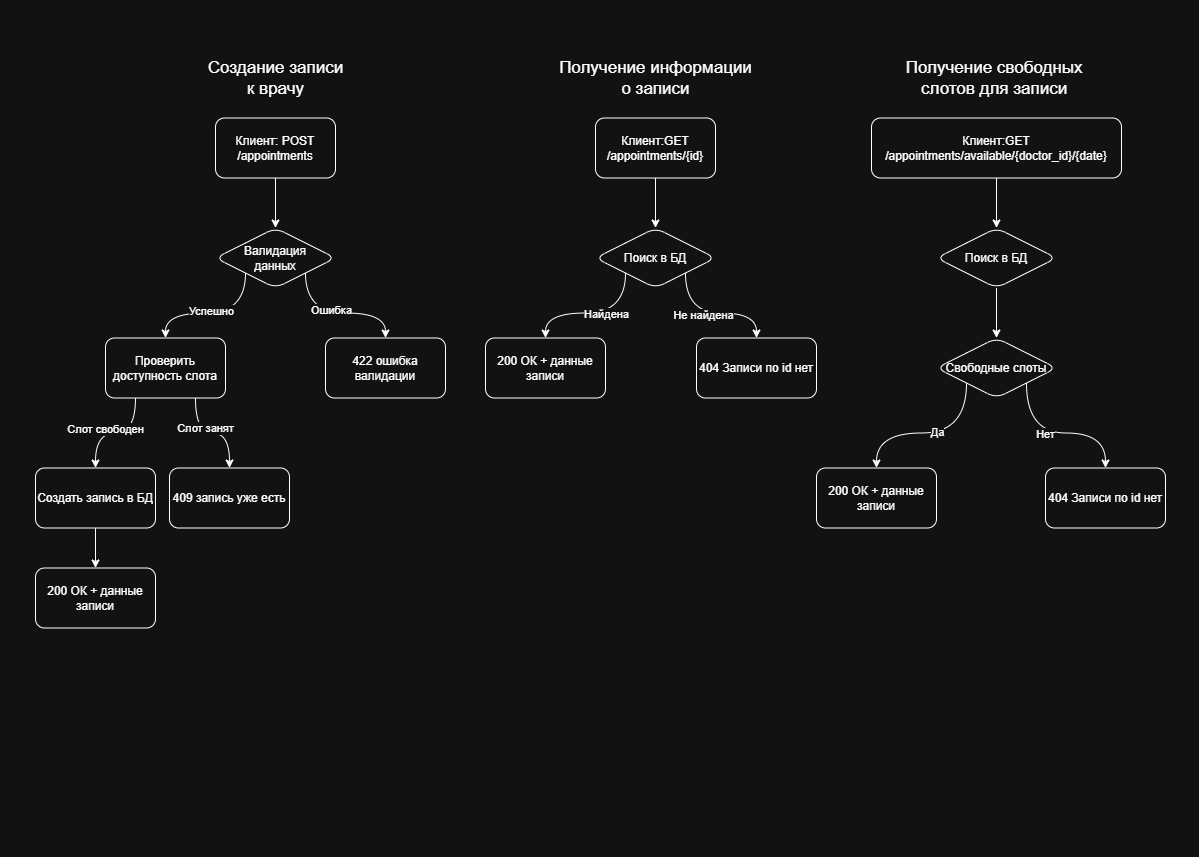
Earlier version of the draw.io export doc_artefacts/activity_diagram.png (fakeface2117/clinics_project). Source tidied: cells renumbered, new cells last; positions are measured from the earlier drawing's top-left corner, leaving out a move shared by most shapes.
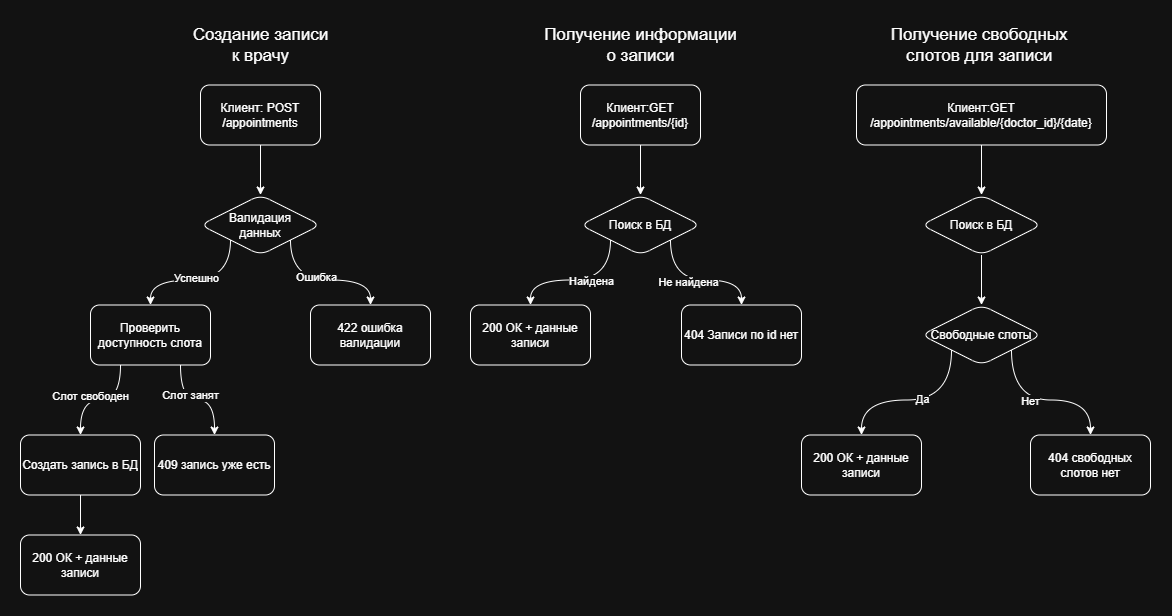
After the change.

Commit message:
feat: добавил документов

The edit, as a diff of the source:
```diff
@@ -102,7 +102,7 @@
     <mxCell id="33" value="200 ОК + данные записи" style="rounded=1;whiteSpace=wrap;html=1;align=center;" parent="1" vertex="1">
       <mxGeometry x="781" y="414.5" width="120" height="60" as="geometry" />
     </mxCell>
-    <mxCell id="34" value="404 Записи по id нет" style="rounded=1;whiteSpace=wrap;html=1;align=center;" parent="1" vertex="1">
+    <mxCell id="34" value="404 свободных слотов нет" style="rounded=1;whiteSpace=wrap;html=1;align=center;" parent="1" vertex="1">
       <mxGeometry x="1010" y="414.5" width="120" height="60" as="geometry" />
     </mxCell>
     <mxCell id="35" style="edgeStyle=orthogonalEdgeStyle;rounded=0;jettySize=auto;html=1;exitX=0;exitY=1;exitDx=0;exitDy=0;entryX=0.5;entryY=0;entryDx=0;entryDy=0;curved=1;" parent="1" edge="1" source="39" target="33">
```
